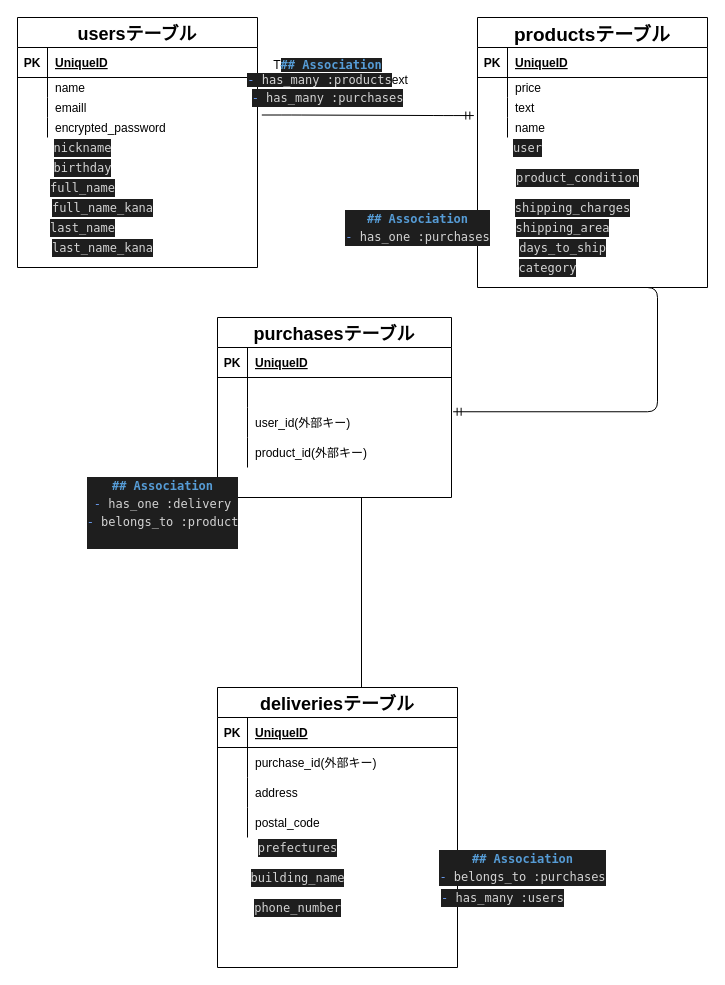
Above: test.dio in nanami-deep/furima-34361 (draw.io), before the change. Source tidied: cells renumbered, new cells numbered last; positions are measured from the earlier drawing's top-left corner, leaving out a move shared by most shapes. Both pictures are drawn from the tidied source at 100%, with x=0, y=0 at pixel (17, 17).
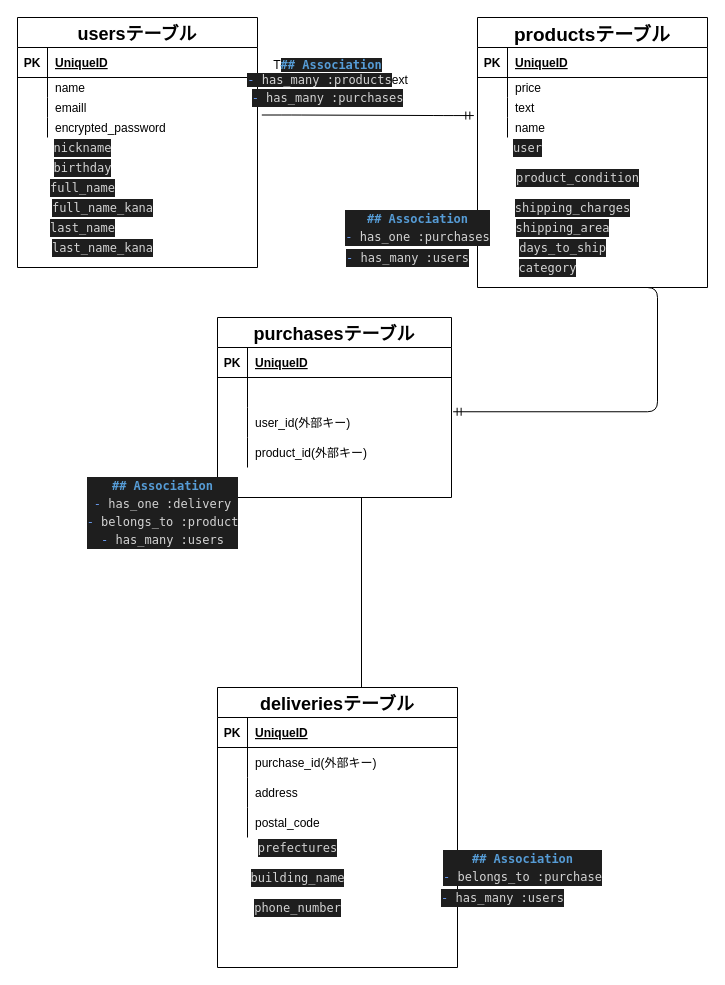
The same diagram, later.

Commit message (it also covers changes not shown here):
データベース設計のコード修正4

Change to the diagram source:
```diff
@@
-    <mxCell id="75" value="&lt;div style=&quot;color: rgb(212 , 212 , 212) ; background-color: rgb(30 , 30 , 30) ; font-family: &amp;#34;menlo&amp;#34; , &amp;#34;monaco&amp;#34; , &amp;#34;courier new&amp;#34; , monospace ; line-height: 18px&quot;&gt;&lt;div&gt;&lt;span style=&quot;color: #569cd6 ; font-weight: bold&quot;&gt;## Association&lt;/span&gt;&lt;/div&gt;&lt;div&gt;&lt;span style=&quot;color: #6796e6&quot;&gt;-&lt;/span&gt; has_one :delivery&lt;/div&gt;&lt;div&gt;&lt;span style=&quot;color: #6796e6&quot;&gt;-&lt;/span&gt; belongs_to :product&lt;/div&gt;&lt;br&gt;&lt;/div&gt;" style="text;html=1;align=center;verticalAlign=middle;" parent="1" vertex="1">
+    <mxCell id="75" value="&lt;div style=&quot;color: rgb(212 , 212 , 212) ; background-color: rgb(30 , 30 , 30) ; font-family: &amp;#34;menlo&amp;#34; , &amp;#34;monaco&amp;#34; , &amp;#34;courier new&amp;#34; , monospace ; line-height: 18px&quot;&gt;&lt;div&gt;&lt;span style=&quot;color: #569cd6 ; font-weight: bold&quot;&gt;## Association&lt;/span&gt;&lt;/div&gt;&lt;div&gt;&lt;span style=&quot;color: #6796e6&quot;&gt;-&lt;/span&gt; has_one :delivery&lt;/div&gt;&lt;div&gt;&lt;span style=&quot;color: #6796e6&quot;&gt;-&lt;/span&gt; belongs_to :product&lt;/div&gt;&lt;div style=&quot;font-family: &amp;#34;menlo&amp;#34; , &amp;#34;monaco&amp;#34; , &amp;#34;courier new&amp;#34; , monospace ; line-height: 18px&quot;&gt;&lt;div&gt;&lt;span style=&quot;color: #6796e6&quot;&gt;-&lt;/span&gt; has_many :users&lt;/div&gt;&lt;/div&gt;&lt;/div&gt;" style="text;html=1;align=center;verticalAlign=middle;" parent="1" vertex="1">
       <mxGeometry x="60" y="460" width="170" height="70" as="geometry" />
     </mxCell>
-    <mxCell id="76" value="&lt;div style=&quot;color: rgb(212 , 212 , 212) ; background-color: rgb(30 , 30 , 30) ; font-family: &amp;#34;menlo&amp;#34; , &amp;#34;monaco&amp;#34; , &amp;#34;courier new&amp;#34; , monospace ; line-height: 18px&quot;&gt;&lt;div&gt;&lt;span style=&quot;color: #569cd6 ; font-weight: bold&quot;&gt;## Association&lt;/span&gt;&lt;/div&gt;&lt;div&gt;&lt;span style=&quot;color: #6796e6&quot;&gt;-&lt;/span&gt; belongs_to :purchases&lt;/div&gt;&lt;/div&gt;" style="text;html=1;align=center;verticalAlign=middle;" parent="1" vertex="1">
-      <mxGeometry x="415" y="830" width="180" height="40" as="geometry" />
+    <mxCell id="76" value="&lt;div style=&quot;color: rgb(212 , 212 , 212) ; background-color: rgb(30 , 30 , 30) ; font-family: &amp;#34;menlo&amp;#34; , &amp;#34;monaco&amp;#34; , &amp;#34;courier new&amp;#34; , monospace ; line-height: 18px&quot;&gt;&lt;div&gt;&lt;span style=&quot;color: #569cd6 ; font-weight: bold&quot;&gt;## Association&lt;/span&gt;&lt;/div&gt;&lt;div&gt;&lt;span style=&quot;color: #6796e6&quot;&gt;-&lt;/span&gt; belongs_to :purchase&lt;/div&gt;&lt;/div&gt;" style="text;html=1;align=center;verticalAlign=middle;" parent="1" vertex="1">
+      <mxGeometry x="420" y="830" width="170" height="40" as="geometry" />
     </mxCell>
@@
+    <mxCell id="79" value="&lt;div style=&quot;color: rgb(212 , 212 , 212) ; background-color: rgb(30 , 30 , 30) ; font-family: &amp;#34;menlo&amp;#34; , &amp;#34;monaco&amp;#34; , &amp;#34;courier new&amp;#34; , monospace ; line-height: 18px&quot;&gt;&lt;span style=&quot;color: #6796e6&quot;&gt;-&lt;/span&gt; has_many :users&lt;/div&gt;" style="text;html=1;align=center;verticalAlign=middle;" parent="1" vertex="1">
+      <mxGeometry x="320" y="230" width="140" height="20" as="geometry" />
+    </mxCell>
```
